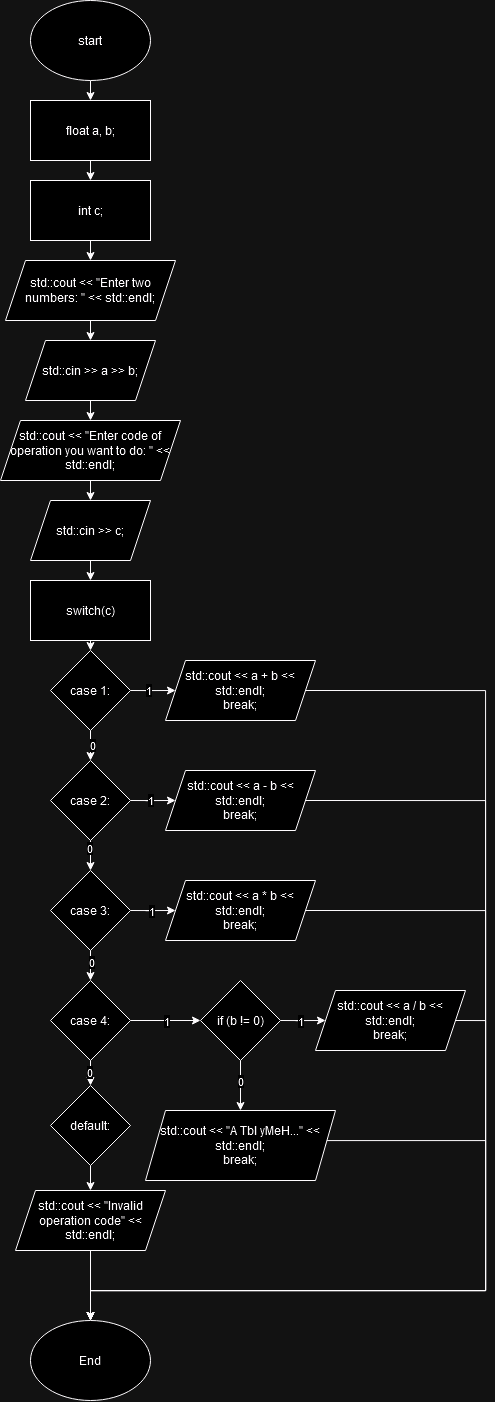
This is Sem_1/1_switch/1_switch.drawio.png from SifsnEr/pstu, a draw.io export, as it was before one commit. Source tidied: cells renumbered, new cells last; positions are measured from the earlier drawing's top-left corner, leaving out a move shared by most shapes.
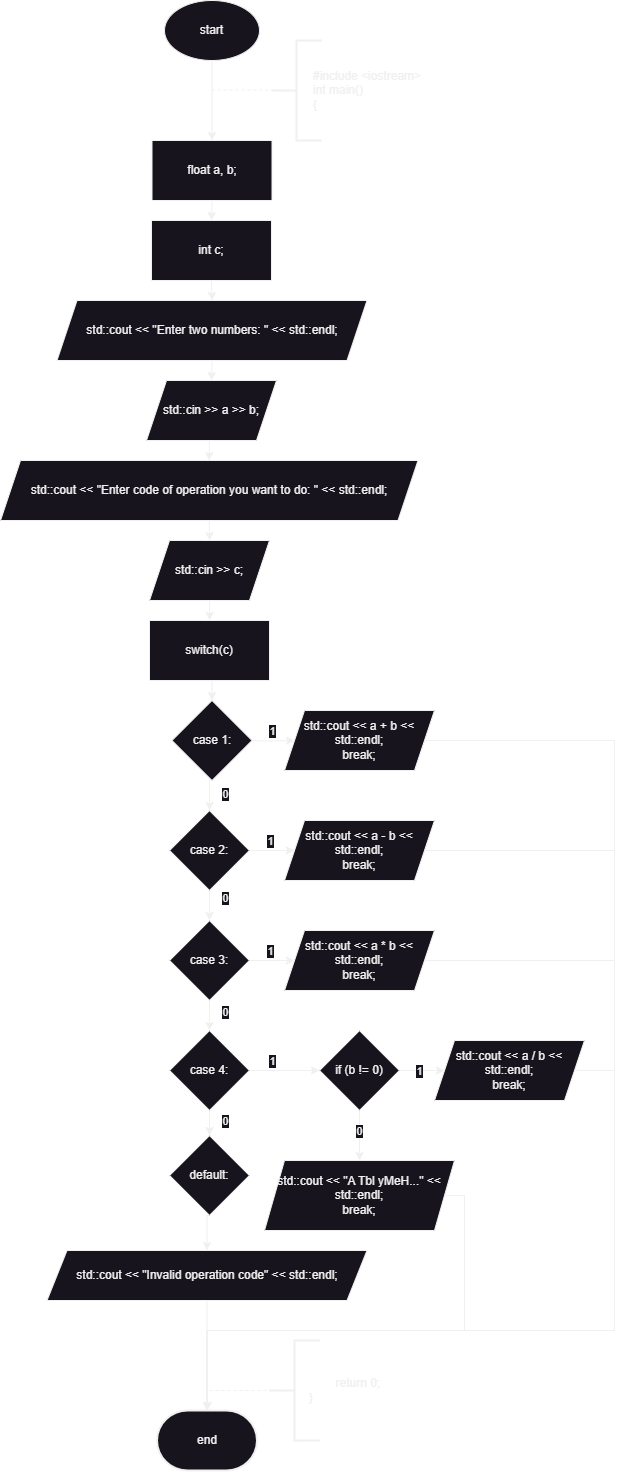
Above is the later version.

The edit, as a diff of the source:
```diff
@@ -2,41 +2,35 @@
   <root>
     <mxCell id="0" />
     <mxCell id="1" parent="0" />
-    <mxCell id="2" style="edgeStyle=orthogonalEdgeStyle;rounded=0;jettySize=auto;html=1;exitX=0.5;exitY=1;exitDx=0;exitDy=0;entryX=0.5;entryY=0;entryDx=0;entryDy=0;" parent="1" edge="1" source="3" target="5">
-      <mxGeometry relative="1" as="geometry" />
-    </mxCell>
-    <mxCell id="3" value="start" style="ellipse;whiteSpace=wrap;html=1;" parent="1" vertex="1">
-      <mxGeometry x="30" width="120" height="80" as="geometry" />
-    </mxCell>
     <mxCell id="4" style="edgeStyle=orthogonalEdgeStyle;rounded=0;jettySize=auto;html=1;exitX=0.5;exitY=1;exitDx=0;exitDy=0;entryX=0.5;entryY=0;entryDx=0;entryDy=0;" parent="1" edge="1" source="5" target="7">
       <mxGeometry relative="1" as="geometry" />
     </mxCell>
     <mxCell id="5" value="float a, b;" style="rounded=0;whiteSpace=wrap;html=1;" parent="1" vertex="1">
-      <mxGeometry x="30" y="100" width="120" height="60" as="geometry" />
+      <mxGeometry x="32.5" y="100" width="120" height="60" as="geometry" />
     </mxCell>
     <mxCell id="6" style="edgeStyle=orthogonalEdgeStyle;rounded=0;jettySize=auto;html=1;exitX=0.5;exitY=1;exitDx=0;exitDy=0;entryX=0.5;entryY=0;entryDx=0;entryDy=0;" parent="1" edge="1" source="7" target="9">
       <mxGeometry relative="1" as="geometry" />
     </mxCell>
     <mxCell id="7" value="int c;" style="rounded=0;whiteSpace=wrap;html=1;" parent="1" vertex="1">
-      <mxGeometry x="30" y="180" width="120" height="60" as="geometry" />
+      <mxGeometry x="32" y="180" width="120" height="60" as="geometry" />
     </mxCell>
     <mxCell id="8" style="edgeStyle=orthogonalEdgeStyle;rounded=0;jettySize=auto;html=1;exitX=0.5;exitY=1;exitDx=0;exitDy=0;entryX=0.5;entryY=0;entryDx=0;entryDy=0;" parent="1" edge="1" source="9" target="11">
       <mxGeometry relative="1" as="geometry" />
     </mxCell>
     <mxCell id="9" value="std::cout &amp;lt;&amp;lt; &quot;Enter two numbers: &quot; &amp;lt;&amp;lt; std::endl;" style="shape=parallelogram;perimeter=parallelogramPerimeter;whiteSpace=wrap;html=1;fixedSize=1;" parent="1" vertex="1">
-      <mxGeometry x="5" y="260" width="170" height="60" as="geometry" />
+      <mxGeometry x="-62.5" y="260" width="310" height="60" as="geometry" />
     </mxCell>
     <mxCell id="10" style="edgeStyle=orthogonalEdgeStyle;rounded=0;jettySize=auto;html=1;exitX=0.5;exitY=1;exitDx=0;exitDy=0;entryX=0.5;entryY=0;entryDx=0;entryDy=0;" parent="1" edge="1" source="11" target="13">
       <mxGeometry relative="1" as="geometry" />
     </mxCell>
     <mxCell id="11" value="std::cin &amp;gt;&amp;gt; a &amp;gt;&amp;gt; b;" style="shape=parallelogram;perimeter=parallelogramPerimeter;whiteSpace=wrap;html=1;fixedSize=1;" parent="1" vertex="1">
-      <mxGeometry x="25" y="340" width="130" height="60" as="geometry" />
+      <mxGeometry x="27" y="340" width="130" height="60" as="geometry" />
     </mxCell>
     <mxCell id="12" style="edgeStyle=orthogonalEdgeStyle;rounded=0;jettySize=auto;html=1;exitX=0.5;exitY=1;exitDx=0;exitDy=0;entryX=0.5;entryY=0;entryDx=0;entryDy=0;" parent="1" edge="1" source="13" target="15">
       <mxGeometry relative="1" as="geometry" />
     </mxCell>
     <mxCell id="13" value="std::cout &amp;lt;&amp;lt; &quot;Enter code of operation you want to do: &quot; &amp;lt;&amp;lt; std::endl;" style="shape=parallelogram;perimeter=parallelogramPerimeter;whiteSpace=wrap;html=1;fixedSize=1;" parent="1" vertex="1">
-      <mxGeometry y="420" width="180" height="60" as="geometry" />
+      <mxGeometry x="-119" y="420" width="417.5" height="60" as="geometry" />
     </mxCell>
     <mxCell id="14" style="edgeStyle=orthogonalEdgeStyle;rounded=0;jettySize=auto;html=1;exitX=0.5;exitY=1;exitDx=0;exitDy=0;entryX=0.5;entryY=0;entryDx=0;entryDy=0;" parent="1" edge="1" source="15" target="17">
       <mxGeometry relative="1" as="geometry" />
@@ -50,113 +44,122 @@
     <mxCell id="17" value="switch(c)" style="rounded=0;whiteSpace=wrap;html=1;" parent="1" vertex="1">
       <mxGeometry x="30" y="580" width="120" height="60" as="geometry" />
     </mxCell>
-    <mxCell id="18" style="edgeStyle=orthogonalEdgeStyle;rounded=0;jettySize=auto;html=1;exitX=1;exitY=0.5;exitDx=0;exitDy=0;entryX=0;entryY=0.5;entryDx=0;entryDy=0;" parent="1" edge="1" source="22" target="24">
-      <mxGeometry relative="1" as="geometry" />
+    <mxCell id="18" style="edgeStyle=orthogonalEdgeStyle;rounded=0;jettySize=auto;html=1;exitX=1;exitY=0.5;exitDx=0;exitDy=0;entryX=0;entryY=0.5;entryDx=0;entryDy=0;" parent="1" edge="1" target="24">
+      <mxGeometry relative="1" as="geometry">
+        <mxPoint x="130" y="700" as="sourcePoint" />
+      </mxGeometry>
     </mxCell>
     <mxCell id="19" value="1" style="edgeLabel;html=1;align=center;verticalAlign=middle;" parent="18" vertex="1">
-      <mxGeometry x="-0.37" y="1" relative="1" as="geometry" />
+      <mxGeometry x="-0.37" y="1" relative="1" as="geometry">
+        <mxPoint x="8" y="-9" as="offset" />
+      </mxGeometry>
     </mxCell>
-    <mxCell id="20" style="edgeStyle=orthogonalEdgeStyle;rounded=0;jettySize=auto;html=1;exitX=0.5;exitY=1;exitDx=0;exitDy=0;entryX=0.5;entryY=0;entryDx=0;entryDy=0;" parent="1" edge="1" source="22" target="29">
-      <mxGeometry relative="1" as="geometry" />
+    <mxCell id="20" style="edgeStyle=orthogonalEdgeStyle;rounded=0;jettySize=auto;html=1;exitX=0.5;exitY=1;exitDx=0;exitDy=0;entryX=0.5;entryY=0;entryDx=0;entryDy=0;" parent="1" edge="1" target="29">
+      <mxGeometry relative="1" as="geometry">
+        <mxPoint x="90" y="740" as="sourcePoint" />
+      </mxGeometry>
     </mxCell>
     <mxCell id="21" value="0" style="edgeLabel;html=1;align=center;verticalAlign=middle;" parent="20" vertex="1">
-      <mxGeometry x="-0.11" y="1" relative="1" as="geometry" />
+      <mxGeometry x="-0.11" y="1" relative="1" as="geometry">
+        <mxPoint x="14" as="offset" />
+      </mxGeometry>
     </mxCell>
     <mxCell id="22" value="case 1:" style="rhombus;whiteSpace=wrap;html=1;" parent="1" vertex="1">
-      <mxGeometry x="50" y="650" width="80" height="80" as="geometry" />
+      <mxGeometry x="52.5" y="660" width="80" height="80" as="geometry" />
     </mxCell>
-    <mxCell id="23" style="edgeStyle=orthogonalEdgeStyle;rounded=0;jettySize=auto;html=1;exitX=1;exitY=0.5;exitDx=0;exitDy=0;entryX=0.5;entryY=0;entryDx=0;entryDy=0;" parent="1" edge="1" source="24" target="55">
-      <mxGeometry relative="1" as="geometry">
-        <Array as="points">
-          <mxPoint x="485" y="690" />
-          <mxPoint x="485" y="1290" />
-          <mxPoint x="90" y="1290" />
-        </Array>
-      </mxGeometry>
-    </mxCell>
+    <mxCell id="58" style="edgeStyle=orthogonalEdgeStyle;rounded=0;jettySize=auto;html=1;exitX=1;exitY=0.5;exitDx=0;exitDy=0;" parent="1" edge="1" source="24" target="66">
+      <mxGeometry relative="1" as="geometry">
+        <Array as="points">
+          <mxPoint x="495" y="700" />
+          <mxPoint x="495" y="1290" />
+          <mxPoint x="88" y="1290" />
+        </Array>
+      </mxGeometry>
+    </mxCell>
     <mxCell id="24" value="&lt;div&gt;std::cout &amp;lt;&amp;lt; a + b &amp;lt;&amp;lt; std::endl;&lt;/div&gt;&lt;div&gt;break;&lt;br&gt;&lt;/div&gt;" style="shape=parallelogram;perimeter=parallelogramPerimeter;whiteSpace=wrap;html=1;fixedSize=1;" parent="1" vertex="1">
-      <mxGeometry x="165" y="660" width="150" height="60" as="geometry" />
+      <mxGeometry x="165" y="670" width="150" height="60" as="geometry" />
     </mxCell>
     <mxCell id="25" style="edgeStyle=orthogonalEdgeStyle;rounded=0;jettySize=auto;html=1;exitX=0.5;exitY=1;exitDx=0;exitDy=0;entryX=0.5;entryY=0;entryDx=0;entryDy=0;" parent="1" edge="1" source="29" target="32">
       <mxGeometry relative="1" as="geometry" />
     </mxCell>
     <mxCell id="26" value="0" style="edgeLabel;html=1;align=center;verticalAlign=middle;" parent="25" vertex="1">
-      <mxGeometry x="-0.51" y="-2" relative="1" as="geometry" />
+      <mxGeometry x="-0.51" y="-2" relative="1" as="geometry">
+        <mxPoint x="17" as="offset" />
+      </mxGeometry>
     </mxCell>
     <mxCell id="27" style="edgeStyle=orthogonalEdgeStyle;rounded=0;jettySize=auto;html=1;exitX=1;exitY=0.5;exitDx=0;exitDy=0;entryX=0;entryY=0.5;entryDx=0;entryDy=0;" parent="1" edge="1" source="29" target="41">
       <mxGeometry relative="1" as="geometry" />
     </mxCell>
     <mxCell id="28" value="1" style="edgeLabel;html=1;align=center;verticalAlign=middle;" parent="27" vertex="1">
-      <mxGeometry x="0.06" y="1" relative="1" as="geometry" />
+      <mxGeometry x="0.06" y="1" relative="1" as="geometry">
+        <mxPoint x="1" y="-9" as="offset" />
+      </mxGeometry>
     </mxCell>
     <mxCell id="29" value="&lt;div&gt;case 2:&lt;/div&gt;" style="rhombus;whiteSpace=wrap;html=1;" parent="1" vertex="1">
-      <mxGeometry x="50" y="760" width="80" height="80" as="geometry" />
+      <mxGeometry x="50" y="770" width="80" height="80" as="geometry" />
     </mxCell>
     <mxCell id="30" style="edgeStyle=orthogonalEdgeStyle;rounded=0;jettySize=auto;html=1;exitX=1;exitY=0.5;exitDx=0;exitDy=0;entryX=0;entryY=0.5;entryDx=0;entryDy=0;" parent="1" edge="1" source="32" target="43">
       <mxGeometry relative="1" as="geometry" />
     </mxCell>
     <mxCell id="31" value="1" style="edgeLabel;html=1;align=center;verticalAlign=middle;" parent="30" vertex="1">
-      <mxGeometry x="-0.29" relative="1" as="geometry" />
+      <mxGeometry x="-0.29" relative="1" as="geometry">
+        <mxPoint y="-10" as="offset" />
+      </mxGeometry>
     </mxCell>
     <mxCell id="32" value="&lt;div&gt;case 3:&lt;/div&gt;" style="rhombus;whiteSpace=wrap;html=1;" parent="1" vertex="1">
-      <mxGeometry x="50" y="870" width="80" height="80" as="geometry" />
+      <mxGeometry x="50" y="880" width="80" height="80" as="geometry" />
     </mxCell>
     <mxCell id="33" style="edgeStyle=orthogonalEdgeStyle;rounded=0;jettySize=auto;html=1;exitX=0.5;exitY=1;exitDx=0;exitDy=0;entryX=0.5;entryY=0;entryDx=0;entryDy=0;" parent="1" edge="1" source="37" target="39">
       <mxGeometry relative="1" as="geometry" />
     </mxCell>
     <mxCell id="34" value="0" style="edgeLabel;html=1;align=center;verticalAlign=middle;" parent="33" vertex="1">
-      <mxGeometry x="-0.1" y="-2" relative="1" as="geometry" />
+      <mxGeometry x="-0.1" y="-2" relative="1" as="geometry">
+        <mxPoint x="17" y="-1" as="offset" />
+      </mxGeometry>
     </mxCell>
     <mxCell id="35" style="edgeStyle=orthogonalEdgeStyle;rounded=0;jettySize=auto;html=1;exitX=1;exitY=0.5;exitDx=0;exitDy=0;entryX=0;entryY=0.5;entryDx=0;entryDy=0;" parent="1" edge="1" source="37" target="50">
       <mxGeometry relative="1" as="geometry" />
     </mxCell>
     <mxCell id="36" value="1" style="edgeLabel;html=1;align=center;verticalAlign=middle;" parent="35" vertex="1">
-      <mxGeometry relative="1" as="geometry" />
+      <mxGeometry relative="1" as="geometry">
+        <mxPoint x="-13" y="-10" as="offset" />
+      </mxGeometry>
     </mxCell>
     <mxCell id="37" value="&lt;div&gt;case 4:&lt;/div&gt;" style="rhombus;whiteSpace=wrap;html=1;" parent="1" vertex="1">
-      <mxGeometry x="50" y="980" width="80" height="80" as="geometry" />
+      <mxGeometry x="50" y="990" width="80" height="80" as="geometry" />
     </mxCell>
     <mxCell id="38" style="edgeStyle=orthogonalEdgeStyle;rounded=0;jettySize=auto;html=1;exitX=0.5;exitY=1;exitDx=0;exitDy=0;entryX=0.5;entryY=0;entryDx=0;entryDy=0;" parent="1" edge="1" source="39" target="52">
       <mxGeometry relative="1" as="geometry" />
     </mxCell>
     <mxCell id="39" value="default:" style="rhombus;whiteSpace=wrap;html=1;" parent="1" vertex="1">
-      <mxGeometry x="50" y="1085" width="80" height="80" as="geometry" />
+      <mxGeometry x="50" y="1095" width="80" height="80" as="geometry" />
     </mxCell>
-    <mxCell id="40" style="edgeStyle=orthogonalEdgeStyle;rounded=0;jettySize=auto;html=1;exitX=1;exitY=0.5;exitDx=0;exitDy=0;entryX=0.5;entryY=0;entryDx=0;entryDy=0;" parent="1" edge="1" source="41" target="55">
-      <mxGeometry relative="1" as="geometry">
-        <Array as="points">
-          <mxPoint x="485" y="800" />
-          <mxPoint x="485" y="1290" />
-          <mxPoint x="90" y="1290" />
-        </Array>
-      </mxGeometry>
-    </mxCell>
+    <mxCell id="59" style="edgeStyle=orthogonalEdgeStyle;rounded=0;jettySize=auto;html=1;exitX=1;exitY=0.5;exitDx=0;exitDy=0;" parent="1" edge="1" source="41" target="66">
+      <mxGeometry relative="1" as="geometry">
+        <Array as="points">
+          <mxPoint x="495" y="810" />
+          <mxPoint x="495" y="1290" />
+          <mxPoint x="88" y="1290" />
+        </Array>
+      </mxGeometry>
+    </mxCell>
     <mxCell id="41" value="&lt;div&gt;std::cout &amp;lt;&amp;lt; a - b &amp;lt;&amp;lt; std::endl;&lt;/div&gt;&lt;div&gt;break;&lt;br&gt;&lt;/div&gt;" style="shape=parallelogram;perimeter=parallelogramPerimeter;whiteSpace=wrap;html=1;fixedSize=1;" parent="1" vertex="1">
-      <mxGeometry x="165" y="770" width="150" height="60" as="geometry" />
+      <mxGeometry x="165" y="780" width="150" height="60" as="geometry" />
     </mxCell>
-    <mxCell id="42" style="edgeStyle=orthogonalEdgeStyle;rounded=0;jettySize=auto;html=1;exitX=1;exitY=0.5;exitDx=0;exitDy=0;entryX=0.5;entryY=0;entryDx=0;entryDy=0;" parent="1" edge="1" source="43" target="55">
-      <mxGeometry relative="1" as="geometry">
-        <Array as="points">
-          <mxPoint x="485" y="910" />
-          <mxPoint x="485" y="1290" />
-          <mxPoint x="90" y="1290" />
-        </Array>
-      </mxGeometry>
-    </mxCell>
+    <mxCell id="60" style="edgeStyle=orthogonalEdgeStyle;rounded=0;jettySize=auto;html=1;exitX=1;exitY=0.5;exitDx=0;exitDy=0;" parent="1" edge="1" source="43" target="66">
+      <mxGeometry relative="1" as="geometry">
+        <Array as="points">
+          <mxPoint x="495" y="920" />
+          <mxPoint x="495" y="1290" />
+          <mxPoint x="88" y="1290" />
+        </Array>
+      </mxGeometry>
+    </mxCell>
     <mxCell id="43" value="&lt;div&gt;std::cout &amp;lt;&amp;lt; a * b &amp;lt;&amp;lt; std::endl;&lt;/div&gt;&lt;div&gt;break;&lt;br&gt;&lt;/div&gt;" style="shape=parallelogram;perimeter=parallelogramPerimeter;whiteSpace=wrap;html=1;fixedSize=1;" parent="1" vertex="1">
-      <mxGeometry x="165" y="880" width="150" height="60" as="geometry" />
+      <mxGeometry x="165" y="890" width="150" height="60" as="geometry" />
     </mxCell>
-    <mxCell id="44" style="edgeStyle=orthogonalEdgeStyle;rounded=0;jettySize=auto;html=1;exitX=1;exitY=0.5;exitDx=0;exitDy=0;entryX=0.5;entryY=0;entryDx=0;entryDy=0;" parent="1" edge="1" source="45" target="55">
-      <mxGeometry relative="1" as="geometry">
-        <Array as="points">
-          <mxPoint x="485" y="1020" />
-          <mxPoint x="485" y="1290" />
-          <mxPoint x="90" y="1290" />
-        </Array>
-      </mxGeometry>
-    </mxCell>
     <mxCell id="45" value="&lt;div&gt;std::cout &amp;lt;&amp;lt; a / b &amp;lt;&amp;lt; std::endl;&lt;/div&gt;&lt;div&gt;break;&lt;br&gt;&lt;/div&gt;" style="shape=parallelogram;perimeter=parallelogramPerimeter;whiteSpace=wrap;html=1;fixedSize=1;" parent="1" vertex="1">
-      <mxGeometry x="315" y="990" width="150" height="60" as="geometry" />
+      <mxGeometry x="315" y="1000" width="150" height="60" as="geometry" />
     </mxCell>
     <mxCell id="46" style="edgeStyle=orthogonalEdgeStyle;rounded=0;jettySize=auto;html=1;exitX=0.5;exitY=1;exitDx=0;exitDy=0;entryX=0.5;entryY=0;entryDx=0;entryDy=0;" parent="1" edge="1" source="50" target="54">
       <mxGeometry relative="1" as="geometry" />
@@ -171,35 +174,74 @@
       <mxGeometry x="0.07" relative="1" as="geometry" />
     </mxCell>
     <mxCell id="50" value="if (b != 0)" style="rhombus;whiteSpace=wrap;html=1;" parent="1" vertex="1">
-      <mxGeometry x="200" y="980" width="80" height="80" as="geometry" />
+      <mxGeometry x="200" y="990" width="80" height="80" as="geometry" />
     </mxCell>
-    <mxCell id="51" style="edgeStyle=orthogonalEdgeStyle;rounded=0;jettySize=auto;html=1;exitX=0.5;exitY=1;exitDx=0;exitDy=0;entryX=0.5;entryY=0;entryDx=0;entryDy=0;" parent="1" edge="1" source="52" target="55">
-      <mxGeometry relative="1" as="geometry" />
-    </mxCell>
     <mxCell id="52" value="std::cout &amp;lt;&amp;lt; &quot;Invalid operation code&quot; &amp;lt;&amp;lt; std::endl;" style="shape=parallelogram;perimeter=parallelogramPerimeter;whiteSpace=wrap;html=1;fixedSize=1;" parent="1" vertex="1">
-      <mxGeometry x="15" y="1190" width="150" height="60" as="geometry" />
+      <mxGeometry x="-72.5" y="1210" width="320" height="50" as="geometry" />
     </mxCell>
-    <mxCell id="53" style="edgeStyle=orthogonalEdgeStyle;rounded=0;jettySize=auto;html=1;exitX=1;exitY=0.5;exitDx=0;exitDy=0;entryX=0.5;entryY=0;entryDx=0;entryDy=0;" parent="1" edge="1" source="54" target="55">
-      <mxGeometry relative="1" as="geometry">
-        <Array as="points">
-          <mxPoint x="325" y="1140" />
-          <mxPoint x="485" y="1140" />
-          <mxPoint x="485" y="1290" />
-          <mxPoint x="90" y="1290" />
-        </Array>
-      </mxGeometry>
-    </mxCell>
     <mxCell id="54" value="&lt;div&gt;std::cout &amp;lt;&amp;lt; &quot;A Tbl yMeH...&quot; &amp;lt;&amp;lt; std::endl;&lt;/div&gt;&lt;div&gt;break;&lt;br&gt;&lt;/div&gt;" style="shape=parallelogram;perimeter=parallelogramPerimeter;whiteSpace=wrap;html=1;fixedSize=1;" parent="1" vertex="1">
-      <mxGeometry x="145" y="1110" width="190" height="70" as="geometry" />
+      <mxGeometry x="145" y="1120" width="190" height="70" as="geometry" />
     </mxCell>
-    <mxCell id="55" value="End" style="ellipse;whiteSpace=wrap;html=1;" parent="1" vertex="1">
-      <mxGeometry x="30" y="1320" width="120" height="80" as="geometry" />
-    </mxCell>
     <mxCell id="56" style="edgeStyle=orthogonalEdgeStyle;rounded=0;jettySize=auto;html=1;exitX=0.5;exitY=1;exitDx=0;exitDy=0;entryX=0.5;entryY=0;entryDx=0;entryDy=0;" parent="1" edge="1" source="32" target="37">
       <mxGeometry relative="1" as="geometry" />
     </mxCell>
     <mxCell id="57" value="0" style="edgeLabel;html=1;align=center;verticalAlign=middle;" parent="56" vertex="1">
-      <mxGeometry x="-0.27" relative="1" as="geometry" />
+      <mxGeometry x="-0.27" relative="1" as="geometry">
+        <mxPoint x="15" as="offset" />
+      </mxGeometry>
     </mxCell>
+    <mxCell id="2" style="edgeStyle=orthogonalEdgeStyle;rounded=0;jettySize=auto;html=1;exitX=0.5;exitY=1;exitDx=0;exitDy=0;entryX=0.5;entryY=0;entryDx=0;entryDy=0;" parent="1" edge="1" source="3" target="5">
+      <mxGeometry relative="1" as="geometry" />
+    </mxCell>
+    <mxCell id="3" value="start" style="ellipse;whiteSpace=wrap;html=1;" parent="1" vertex="1">
+      <mxGeometry x="45" y="-40" width="95" height="60" as="geometry" />
+    </mxCell>
+    <mxCell id="61" style="strokeWidth=2;html=1;shape=mxgraph.flowchart.annotation_2;align=left;labelPosition=right;" parent="1" vertex="1">
+      <mxGeometry x="152" width="50" height="100" as="geometry" />
+    </mxCell>
+    <mxCell id="62" value="&lt;div&gt;#include &amp;lt;iostream&amp;gt;&lt;/div&gt;&lt;div&gt;int main()&lt;/div&gt;&lt;div&gt;{&lt;/div&gt;" style="text;html=1;align=left;verticalAlign=middle;strokeColor=none;fillColor=none;" parent="1" vertex="1">
+      <mxGeometry x="192" y="20" width="130" height="60" as="geometry" />
+    </mxCell>
+    <mxCell id="63" style="endArrow=none;dashed=1;html=1;rounded=0;entryX=0;entryY=0.5;entryDx=0;entryDy=0;entryPerimeter=0;" parent="1" edge="1">
+      <mxGeometry relative="1" as="geometry">
+        <mxPoint x="92" y="49.6" as="sourcePoint" />
+        <mxPoint x="152" y="49.6" as="targetPoint" />
+      </mxGeometry>
+    </mxCell>
+    <mxCell id="64" style="strokeWidth=2;html=1;shape=mxgraph.flowchart.annotation_2;align=left;labelPosition=right;" parent="1" vertex="1">
+      <mxGeometry x="150" y="1300" width="50" height="100" as="geometry" />
+    </mxCell>
+    <mxCell id="65" value="&lt;div&gt;&lt;span style=&quot;white-space: pre;&quot;&gt;&#9;&lt;/span&gt;return 0;&lt;/div&gt;&lt;div style=&quot;text-align: left;&quot;&gt;}&lt;/div&gt;" style="text;html=1;align=center;verticalAlign=middle;strokeColor=none;fillColor=none;" parent="1" vertex="1">
+      <mxGeometry x="180" y="1330" width="90" height="40" as="geometry" />
+    </mxCell>
+    <mxCell id="66" value="end" style="strokeWidth=2;html=1;shape=mxgraph.flowchart.terminator;whiteSpace=wrap;" parent="1" vertex="1">
+      <mxGeometry x="37.5" y="1370" width="100" height="60" as="geometry" />
+    </mxCell>
+    <mxCell id="67" style="endArrow=none;dashed=1;html=1;rounded=0;entryX=0;entryY=0.5;entryDx=0;entryDy=0;entryPerimeter=0;" parent="1" edge="1" target="64">
+      <mxGeometry relative="1" as="geometry">
+        <mxPoint x="90" y="1350" as="sourcePoint" />
+      </mxGeometry>
+    </mxCell>
+    <mxCell id="68" style="edgeStyle=orthogonalEdgeStyle;rounded=0;jettySize=auto;html=1;exitX=0.5;exitY=1;exitDx=0;exitDy=0;entryX=0.5;entryY=0;entryDx=0;entryDy=0;entryPerimeter=0;" parent="1" edge="1" source="52" target="66">
+      <mxGeometry relative="1" as="geometry" />
+    </mxCell>
+    <mxCell id="69" style="edgeStyle=orthogonalEdgeStyle;rounded=0;jettySize=auto;html=1;exitX=1;exitY=0.5;exitDx=0;exitDy=0;entryX=0.5;entryY=0;entryDx=0;entryDy=0;entryPerimeter=0;" parent="1" edge="1" source="54" target="66">
+      <mxGeometry relative="1" as="geometry">
+        <Array as="points">
+          <mxPoint x="345" y="1155" />
+          <mxPoint x="345" y="1290" />
+          <mxPoint x="88" y="1290" />
+        </Array>
+      </mxGeometry>
+    </mxCell>
+    <mxCell id="70" style="edgeStyle=orthogonalEdgeStyle;rounded=0;jettySize=auto;html=1;exitX=1;exitY=0.5;exitDx=0;exitDy=0;entryX=0.5;entryY=0;entryDx=0;entryDy=0;entryPerimeter=0;" parent="1" edge="1" source="45" target="66">
+      <mxGeometry relative="1" as="geometry">
+        <Array as="points">
+          <mxPoint x="495" y="1030" />
+          <mxPoint x="495" y="1290" />
+          <mxPoint x="88" y="1290" />
+        </Array>
+      </mxGeometry>
+    </mxCell>
   </root>
 </mxGraphModel>
```
